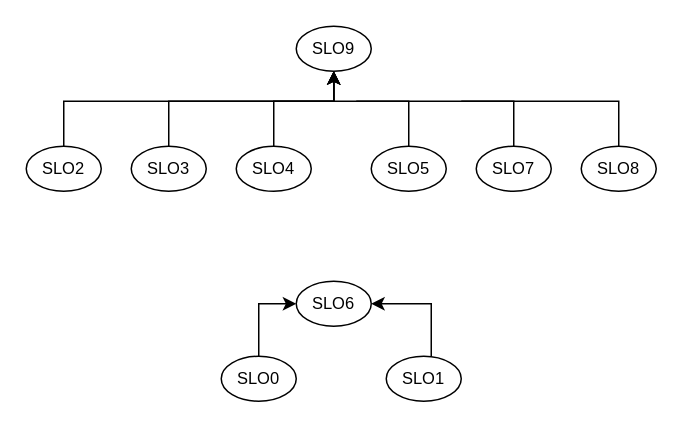
Above: Documentazione generale/Change Request Reengineering/Grafici Impact Analysis/Grafo di connettività 2.drawio in AntonioTrovato/Evoluzione-cASpER (draw.io), before the change. Source tidied: cells renumbered, new cells numbered last; positions are measured from the earlier drawing's top-left corner, leaving out a move shared by most shapes. Both pictures are drawn from the tidied source at 150%, with x=0, y=0 at pixel (26, 26).
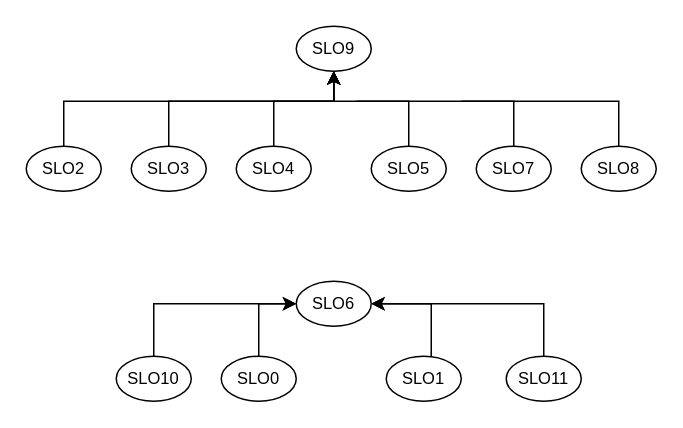
The same diagram, later.

Unchanged cells that the change refers to:
```xml
<mxCell id="6" value="SLO6" style="ellipse;whiteSpace=wrap;html=1;fontSize=11;" parent="1" vertex="1">
  <mxGeometry x="180" y="170" width="50" height="30" as="geometry" />
</mxCell>
```

What changed in the source:
```diff
@@
+    <mxCell id="20" style="edgeStyle=orthogonalEdgeStyle;rounded=0;jettySize=auto;html=1;entryX=0;entryY=0.5;entryDx=0;entryDy=0;" parent="1" edge="1" source="21" target="6">
+      <mxGeometry relative="1" as="geometry">
+        <Array as="points">
+          <mxPoint x="85" y="185" />
+        </Array>
+      </mxGeometry>
+    </mxCell>
+    <mxCell id="21" value="SLO10" style="ellipse;whiteSpace=wrap;html=1;fontSize=11;" parent="1" vertex="1">
+      <mxGeometry x="60" y="220" width="50" height="30" as="geometry" />
+    </mxCell>
+    <mxCell id="22" style="edgeStyle=orthogonalEdgeStyle;rounded=0;jettySize=auto;html=1;entryX=1;entryY=0.5;entryDx=0;entryDy=0;" parent="1" edge="1" source="23" target="6">
+      <mxGeometry relative="1" as="geometry">
+        <Array as="points">
+          <mxPoint x="345" y="185" />
+        </Array>
+      </mxGeometry>
+    </mxCell>
+    <mxCell id="23" value="SLO11" style="ellipse;whiteSpace=wrap;html=1;fontSize=11;" parent="1" vertex="1">
+      <mxGeometry x="320" y="220" width="50" height="30" as="geometry" />
+    </mxCell>
```
